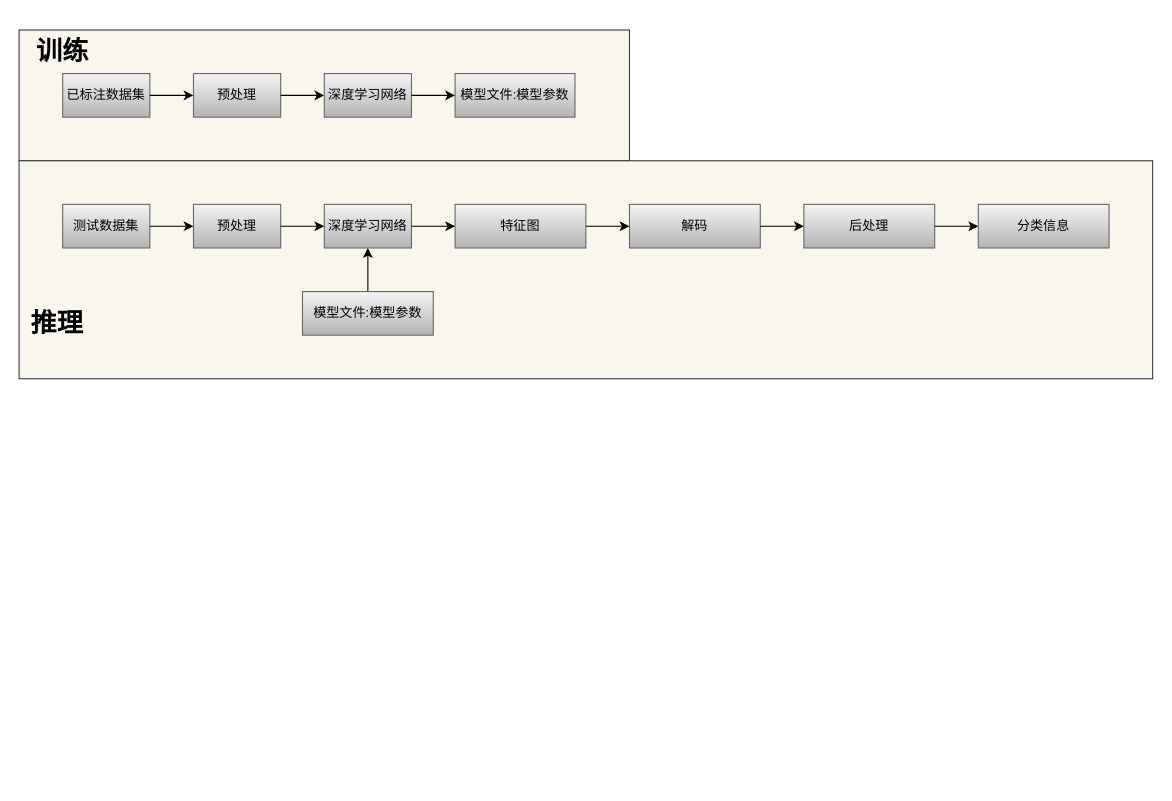
Before: lidar分类.drawio in bugquella/diagrams, a draw.io diagram. Source tidied: cells renumbered, new cells numbered last; positions are measured from the earlier drawing's top-left corner, leaving out a move shared by most shapes. Both pictures are drawn from the tidied source at 109%, with x=0, y=0 at pixel (19, 29).
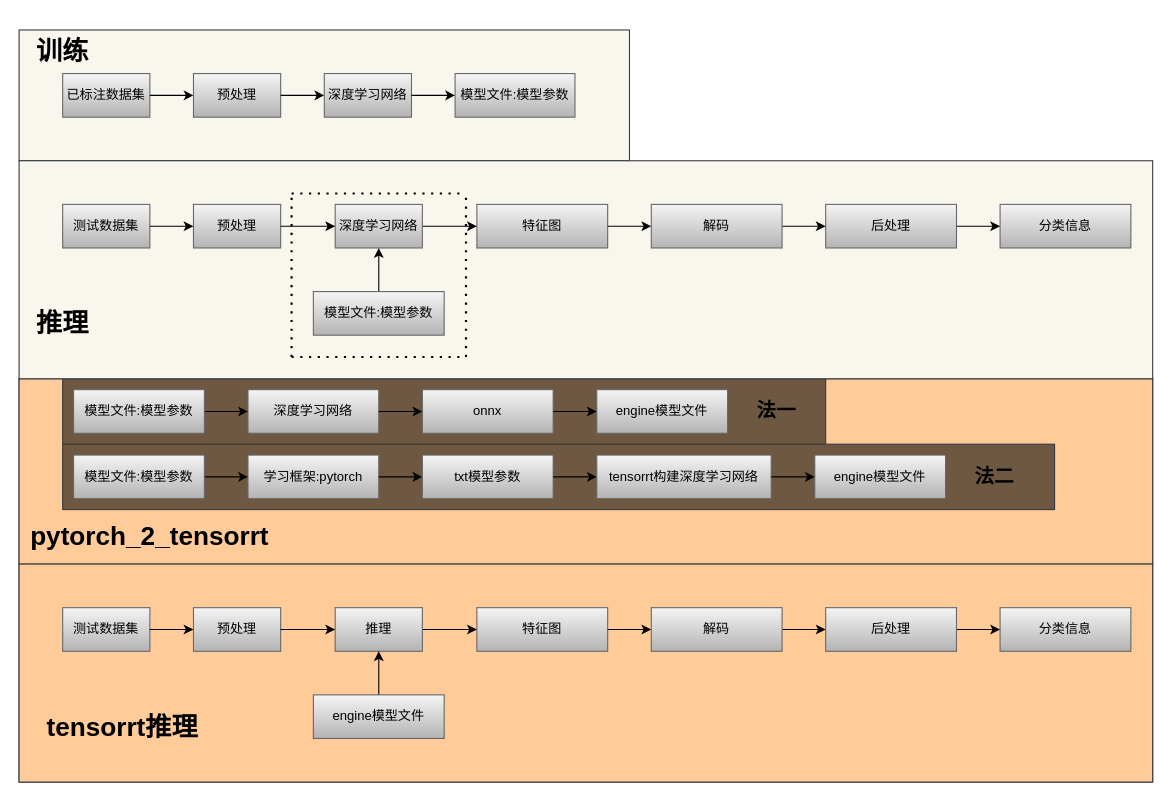
The same diagram, later.

Unchanged cells that the change refers to:
```xml
<mxCell id="12" style="group;" parent="1" vertex="1">
  <mxGeometry y="120" width="1040" height="200" as="geometry" />
</mxCell>
<mxCell id="14" style="group;" parent="12" vertex="1">
  <mxGeometry x="40" y="40" width="960" height="120" as="geometry" />
</mxCell>
<mxCell id="16" value="预处理" style="rounded=0;whiteSpace=wrap;html=1;gradientColor=#b3b3b3;fillColor=#f5f5f5;strokeColor=#666666;" parent="14" vertex="1">
  <mxGeometry x="120" width="80" height="40" as="geometry" />
</mxCell>
```

Diff of the diagram source:
```diff
@@
+    <mxCell id="31" style="group;fillColor=#ffcc99;strokeColor=#36393d;" parent="1" vertex="1">
+      <mxGeometry y="320" width="1040" height="370" as="geometry" />
+    </mxCell>
+    <mxCell id="32" style="group;" parent="31" vertex="1">
+      <mxGeometry width="1040" height="370" as="geometry" />
+    </mxCell>
+    <mxCell id="33" style="rounded=0;whiteSpace=wrap;html=1;fillColor=#ffcc99;strokeColor=#36393d;" parent="32" vertex="1">
+      <mxGeometry width="1040" height="170" as="geometry" />
+    </mxCell>
+    <mxCell id="34" value="&lt;h1&gt;pytorch_2_tensorrt&lt;/h1&gt;" style="text;html=1;strokeColor=none;fillColor=none;align=center;verticalAlign=middle;whiteSpace=wrap;rounded=0;" parent="32" vertex="1">
+      <mxGeometry x="10" y="130" width="220" height="30" as="geometry" />
+    </mxCell>
+    <mxCell id="35" style="group;" parent="32" vertex="1">
+      <mxGeometry y="170" width="1040" height="200" as="geometry" />
+    </mxCell>
+    <mxCell id="36" style="rounded=0;whiteSpace=wrap;html=1;fillColor=#ffcc99;strokeColor=#36393d;" parent="35" vertex="1">
+      <mxGeometry width="1040" height="200" as="geometry" />
+    </mxCell>
+    <mxCell id="37" style="group;" parent="35" vertex="1">
+      <mxGeometry x="40" y="40" width="960" height="120" as="geometry" />
+    </mxCell>
+    <mxCell id="38" value="测试数据集" style="rounded=0;whiteSpace=wrap;html=1;gradientColor=#b3b3b3;fillColor=#f5f5f5;strokeColor=#666666;" parent="37" vertex="1">
+      <mxGeometry width="80" height="40" as="geometry" />
+    </mxCell>
+    <mxCell id="39" value="预处理" style="rounded=0;whiteSpace=wrap;html=1;gradientColor=#b3b3b3;fillColor=#f5f5f5;strokeColor=#666666;" parent="37" vertex="1">
+      <mxGeometry x="120" width="80" height="40" as="geometry" />
+    </mxCell>
+    <mxCell id="40" style="edgeStyle=orthogonalEdgeStyle;rounded=0;jettySize=auto;html=1;" parent="37" edge="1" source="38" target="39">
+      <mxGeometry relative="1" as="geometry" />
+    </mxCell>
+    <mxCell id="41" value="&lt;h1&gt;tensorrt推理&lt;/h1&gt;" style="text;html=1;strokeColor=none;fillColor=none;align=center;verticalAlign=middle;whiteSpace=wrap;rounded=0;" parent="35" vertex="1">
+      <mxGeometry x="20" y="130" width="150" height="40" as="geometry" />
+    </mxCell>
+    <mxCell id="42" value="特征图" style="rounded=0;whiteSpace=wrap;html=1;gradientColor=#b3b3b3;fillColor=#f5f5f5;strokeColor=#666666;" parent="35" vertex="1">
+      <mxGeometry x="420" y="40" width="120" height="40" as="geometry" />
+    </mxCell>
+    <mxCell id="43" style="edgeStyle=orthogonalEdgeStyle;rounded=0;jettySize=auto;html=1;" parent="35" edge="1" source="45" target="42">
+      <mxGeometry as="geometry" />
+    </mxCell>
+    <mxCell id="44" style="edgeStyle=orthogonalEdgeStyle;rounded=0;jettySize=auto;html=1;" parent="35" edge="1" source="42" target="53">
+      <mxGeometry as="geometry" />
+    </mxCell>
+    <mxCell id="45" value="推理" style="rounded=0;whiteSpace=wrap;html=1;gradientColor=#b3b3b3;fillColor=#f5f5f5;strokeColor=#666666;" parent="35" vertex="1">
+      <mxGeometry x="290" y="40" width="80" height="40" as="geometry" />
+    </mxCell>
+    <mxCell id="46" style="edgeStyle=orthogonalEdgeStyle;rounded=0;jettySize=auto;html=1;" parent="35" edge="1" source="39" target="45">
+      <mxGeometry as="geometry" />
+    </mxCell>
+    <mxCell id="47" style="edgeStyle=orthogonalEdgeStyle;rounded=0;jettySize=auto;html=1;" parent="35" edge="1" source="48" target="45">
+      <mxGeometry as="geometry" />
+    </mxCell>
+    <mxCell id="48" value="engine模型文件" style="rounded=0;whiteSpace=wrap;html=1;gradientColor=#b3b3b3;fillColor=#f5f5f5;strokeColor=#666666;" parent="35" vertex="1">
+      <mxGeometry x="270" y="120" width="120" height="40" as="geometry" />
+    </mxCell>
+    <mxCell id="49" value="分类信息" style="rounded=0;whiteSpace=wrap;html=1;gradientColor=#b3b3b3;fillColor=#f5f5f5;strokeColor=#666666;" parent="35" vertex="1">
+      <mxGeometry x="900" y="40" width="120" height="40" as="geometry" />
+    </mxCell>
+    <mxCell id="50" style="edgeStyle=orthogonalEdgeStyle;rounded=0;jettySize=auto;html=1;" parent="35" edge="1" source="51" target="49">
+      <mxGeometry as="geometry" />
+    </mxCell>
+    <mxCell id="51" value="后处理" style="rounded=0;whiteSpace=wrap;html=1;gradientColor=#b3b3b3;fillColor=#f5f5f5;strokeColor=#666666;" parent="35" vertex="1">
+      <mxGeometry x="740" y="40" width="120" height="40" as="geometry" />
+    </mxCell>
+    <mxCell id="52" style="edgeStyle=orthogonalEdgeStyle;rounded=0;jettySize=auto;html=1;" parent="35" edge="1" source="53" target="51">
+      <mxGeometry as="geometry" />
+    </mxCell>
+    <mxCell id="53" value="解码" style="rounded=0;whiteSpace=wrap;html=1;gradientColor=#b3b3b3;fillColor=#f5f5f5;strokeColor=#666666;" parent="35" vertex="1">
+      <mxGeometry x="580" y="40" width="120" height="40" as="geometry" />
+    </mxCell>
+    <mxCell id="54" style="group;" parent="31" vertex="1">
+      <mxGeometry x="40" width="910" height="120" as="geometry" />
+    </mxCell>
+    <mxCell id="55" style="group;" parent="54" vertex="1">
+      <mxGeometry y="60" width="910" height="60" as="geometry" />
+    </mxCell>
+    <mxCell id="56" style="rounded=0;whiteSpace=wrap;html=1;strokeColor=#36393d;fillColor=#6E5842;" parent="55" vertex="1">
+      <mxGeometry width="910" height="60" as="geometry" />
+    </mxCell>
+    <mxCell id="57" value="学习框架:pytorch" style="rounded=0;whiteSpace=wrap;html=1;gradientColor=#b3b3b3;fillColor=#f5f5f5;strokeColor=#666666;" parent="55" vertex="1">
+      <mxGeometry x="170" y="10" width="120" height="40" as="geometry" />
+    </mxCell>
+    <mxCell id="58" style="edgeStyle=orthogonalEdgeStyle;rounded=0;jettySize=auto;html=1;" parent="55" edge="1" source="59" target="57">
+      <mxGeometry relative="1" as="geometry" />
+    </mxCell>
+    <mxCell id="59" value="模型文件:模型参数" style="rounded=0;whiteSpace=wrap;html=1;gradientColor=#b3b3b3;fillColor=#f5f5f5;strokeColor=#666666;" parent="55" vertex="1">
+      <mxGeometry x="10" y="10" width="120" height="40" as="geometry" />
+    </mxCell>
+    <mxCell id="60" value="txt模型参数" style="rounded=0;whiteSpace=wrap;html=1;gradientColor=#b3b3b3;fillColor=#f5f5f5;strokeColor=#666666;" parent="55" vertex="1">
+      <mxGeometry x="330" y="10" width="120" height="40" as="geometry" />
+    </mxCell>
+    <mxCell id="61" style="edgeStyle=orthogonalEdgeStyle;rounded=0;jettySize=auto;html=1;" parent="55" edge="1" source="57" target="60">
+      <mxGeometry relative="1" as="geometry" />
+    </mxCell>
+    <mxCell id="62" value="tensorrt构建深度学习网络" style="rounded=0;whiteSpace=wrap;html=1;gradientColor=#b3b3b3;fillColor=#f5f5f5;strokeColor=#666666;" parent="55" vertex="1">
+      <mxGeometry x="490" y="10" width="160" height="40" as="geometry" />
+    </mxCell>
+    <mxCell id="63" style="edgeStyle=orthogonalEdgeStyle;rounded=0;jettySize=auto;html=1;" parent="55" edge="1" source="60" target="62">
+      <mxGeometry relative="1" as="geometry" />
+    </mxCell>
+    <mxCell id="64" value="engine模型文件" style="rounded=0;whiteSpace=wrap;html=1;gradientColor=#b3b3b3;fillColor=#f5f5f5;strokeColor=#666666;" parent="55" vertex="1">
+      <mxGeometry x="690" y="10" width="120" height="40" as="geometry" />
+    </mxCell>
+    <mxCell id="65" style="edgeStyle=orthogonalEdgeStyle;rounded=0;jettySize=auto;html=1;" parent="55" edge="1" source="62" target="64">
+      <mxGeometry relative="1" as="geometry" />
+    </mxCell>
+    <mxCell id="66" value="&lt;h2&gt;法二&lt;/h2&gt;" style="text;html=1;strokeColor=none;fillColor=none;align=center;verticalAlign=middle;whiteSpace=wrap;rounded=0;" parent="55" vertex="1">
+      <mxGeometry x="830" y="10" width="50" height="40" as="geometry" />
+    </mxCell>
+    <mxCell id="67" style="group;" parent="54" vertex="1">
+      <mxGeometry width="700" height="60" as="geometry" />
+    </mxCell>
+    <mxCell id="68" style="rounded=0;whiteSpace=wrap;html=1;strokeColor=#36393d;fillColor=#6E5842;" parent="67" vertex="1">
+      <mxGeometry width="700" height="60" as="geometry" />
+    </mxCell>
+    <mxCell id="69" value="深度学习网络" style="rounded=0;whiteSpace=wrap;html=1;gradientColor=#b3b3b3;fillColor=#f5f5f5;strokeColor=#666666;" parent="67" vertex="1">
+      <mxGeometry x="170" y="10" width="120" height="40" as="geometry" />
+    </mxCell>
+    <mxCell id="70" style="edgeStyle=orthogonalEdgeStyle;rounded=0;jettySize=auto;html=1;" parent="67" edge="1" source="71" target="69">
+      <mxGeometry y="-70" as="geometry" />
+    </mxCell>
+    <mxCell id="71" value="模型文件:模型参数" style="rounded=0;whiteSpace=wrap;html=1;gradientColor=#b3b3b3;fillColor=#f5f5f5;strokeColor=#666666;" parent="67" vertex="1">
+      <mxGeometry x="10" y="10" width="120" height="40" as="geometry" />
+    </mxCell>
+    <mxCell id="72" value="onnx" style="rounded=0;whiteSpace=wrap;html=1;gradientColor=#b3b3b3;fillColor=#f5f5f5;strokeColor=#666666;" parent="67" vertex="1">
+      <mxGeometry x="330" y="10" width="120" height="40" as="geometry" />
+    </mxCell>
+    <mxCell id="73" style="edgeStyle=orthogonalEdgeStyle;rounded=0;jettySize=auto;html=1;" parent="67" edge="1" source="69" target="72">
+      <mxGeometry y="-70" as="geometry" />
+    </mxCell>
+    <mxCell id="74" value="engine模型文件" style="rounded=0;whiteSpace=wrap;html=1;gradientColor=#b3b3b3;fillColor=#f5f5f5;strokeColor=#666666;" parent="67" vertex="1">
+      <mxGeometry x="490" y="10" width="120" height="40" as="geometry" />
+    </mxCell>
+    <mxCell id="75" style="edgeStyle=orthogonalEdgeStyle;rounded=0;jettySize=auto;html=1;" parent="67" edge="1" source="72" target="74">
+      <mxGeometry y="-70" as="geometry" />
+    </mxCell>
+    <mxCell id="76" value="&lt;h2&gt;法一&lt;/h2&gt;" style="text;html=1;strokeColor=none;fillColor=none;align=center;verticalAlign=middle;whiteSpace=wrap;rounded=0;" parent="67" vertex="1">
+      <mxGeometry x="630" y="10" width="50" height="40" as="geometry" />
+    </mxCell>
@@
+    <mxCell id="30" value="&lt;h1&gt;推理&lt;/h1&gt;" style="text;html=1;strokeColor=none;fillColor=none;align=center;verticalAlign=middle;whiteSpace=wrap;rounded=0;" parent="12" vertex="1">
+      <mxGeometry y="130" width="80" height="40" as="geometry" />
+    </mxCell>
+    <mxCell id="22" value="特征图" style="rounded=0;whiteSpace=wrap;html=1;gradientColor=#b3b3b3;fillColor=#f5f5f5;strokeColor=#666666;" parent="12" vertex="1">
+      <mxGeometry x="420" y="40" width="120" height="40" as="geometry" />
+    </mxCell>
+    <mxCell id="23" style="edgeStyle=orthogonalEdgeStyle;rounded=0;jettySize=auto;html=1;" parent="12" edge="1" source="18" target="22">
+      <mxGeometry as="geometry" />
+    </mxCell>
+    <mxCell id="25" style="edgeStyle=orthogonalEdgeStyle;rounded=0;jettySize=auto;html=1;" parent="12" edge="1" source="22" target="24">
+      <mxGeometry as="geometry" />
+    </mxCell>
-    <mxCell id="18" value="深度学习网络" style="rounded=0;whiteSpace=wrap;html=1;gradientColor=#b3b3b3;fillColor=#f5f5f5;strokeColor=#666666;" parent="14" vertex="1">
-      <mxGeometry x="240" width="80" height="40" as="geometry" />
+    <mxCell id="18" value="深度学习网络" style="rounded=0;whiteSpace=wrap;html=1;gradientColor=#b3b3b3;fillColor=#f5f5f5;strokeColor=#666666;" parent="12" vertex="1">
+      <mxGeometry x="290" y="40" width="80" height="40" as="geometry" />
     </mxCell>
-    <mxCell id="19" style="edgeStyle=orthogonalEdgeStyle;rounded=0;jettySize=auto;html=1;" parent="14" edge="1" source="16" target="18">
-      <mxGeometry relative="1" as="geometry" />
+    <mxCell id="19" style="edgeStyle=orthogonalEdgeStyle;rounded=0;jettySize=auto;html=1;" parent="12" edge="1" source="16" target="18">
+      <mxGeometry as="geometry" />
     </mxCell>
-    <mxCell id="20" style="edgeStyle=orthogonalEdgeStyle;rounded=0;jettySize=auto;html=1;" parent="14" edge="1" source="21" target="18">
-      <mxGeometry relative="1" as="geometry" />
+    <mxCell id="20" style="edgeStyle=orthogonalEdgeStyle;rounded=0;jettySize=auto;html=1;" parent="12" edge="1" source="21" target="18">
+      <mxGeometry as="geometry" />
     </mxCell>
-    <mxCell id="21" value="模型文件:模型参数" style="rounded=0;whiteSpace=wrap;html=1;gradientColor=#b3b3b3;fillColor=#f5f5f5;strokeColor=#666666;" parent="14" vertex="1">
-      <mxGeometry x="220" y="80" width="120" height="40" as="geometry" />
+    <mxCell id="21" value="模型文件:模型参数" style="rounded=0;whiteSpace=wrap;html=1;gradientColor=#b3b3b3;fillColor=#f5f5f5;strokeColor=#666666;" parent="12" vertex="1">
+      <mxGeometry x="270" y="120" width="120" height="40" as="geometry" />
     </mxCell>
-    <mxCell id="22" value="特征图" style="rounded=0;whiteSpace=wrap;html=1;gradientColor=#b3b3b3;fillColor=#f5f5f5;strokeColor=#666666;" parent="14" vertex="1">
-      <mxGeometry x="360" width="120" height="40" as="geometry" />
-    </mxCell>
-    <mxCell id="23" style="edgeStyle=orthogonalEdgeStyle;rounded=0;jettySize=auto;html=1;" parent="14" edge="1" source="18" target="22">
-      <mxGeometry relative="1" as="geometry" />
-    </mxCell>
-    <mxCell id="24" value="解码" style="rounded=0;whiteSpace=wrap;html=1;gradientColor=#b3b3b3;fillColor=#f5f5f5;strokeColor=#666666;" parent="14" vertex="1">
-      <mxGeometry x="520" width="120" height="40" as="geometry" />
-    </mxCell>
-    <mxCell id="25" style="edgeStyle=orthogonalEdgeStyle;rounded=0;jettySize=auto;html=1;" parent="14" edge="1" source="22" target="24">
-      <mxGeometry relative="1" as="geometry" />
-    </mxCell>
+    <mxCell id="28" value="分类信息" style="rounded=0;whiteSpace=wrap;html=1;gradientColor=#b3b3b3;fillColor=#f5f5f5;strokeColor=#666666;" parent="12" vertex="1">
+      <mxGeometry x="900" y="40" width="120" height="40" as="geometry" />
+    </mxCell>
+    <mxCell id="29" style="edgeStyle=orthogonalEdgeStyle;rounded=0;jettySize=auto;html=1;" parent="12" edge="1" source="26" target="28">
+      <mxGeometry as="geometry" />
+    </mxCell>
-    <mxCell id="26" value="后处理" style="rounded=0;whiteSpace=wrap;html=1;gradientColor=#b3b3b3;fillColor=#f5f5f5;strokeColor=#666666;" parent="14" vertex="1">
-      <mxGeometry x="680" width="120" height="40" as="geometry" />
+    <mxCell id="26" value="后处理" style="rounded=0;whiteSpace=wrap;html=1;gradientColor=#b3b3b3;fillColor=#f5f5f5;strokeColor=#666666;" parent="12" vertex="1">
+      <mxGeometry x="740" y="40" width="120" height="40" as="geometry" />
     </mxCell>
-    <mxCell id="27" style="edgeStyle=orthogonalEdgeStyle;rounded=0;jettySize=auto;html=1;" parent="14" edge="1" source="24" target="26">
-      <mxGeometry relative="1" as="geometry" />
+    <mxCell id="27" style="edgeStyle=orthogonalEdgeStyle;rounded=0;jettySize=auto;html=1;" parent="12" edge="1" source="24" target="26">
+      <mxGeometry as="geometry" />
     </mxCell>
-    <mxCell id="28" value="分类信息" style="rounded=0;whiteSpace=wrap;html=1;gradientColor=#b3b3b3;fillColor=#f5f5f5;strokeColor=#666666;" parent="14" vertex="1">
-      <mxGeometry x="840" width="120" height="40" as="geometry" />
-    </mxCell>
-    <mxCell id="29" style="edgeStyle=orthogonalEdgeStyle;rounded=0;jettySize=auto;html=1;" parent="14" edge="1" source="26" target="28">
-      <mxGeometry relative="1" as="geometry" />
-    </mxCell>
-    <mxCell id="30" value="&lt;h1&gt;推理&lt;/h1&gt;" style="text;html=1;strokeColor=none;fillColor=none;align=center;verticalAlign=middle;whiteSpace=wrap;rounded=0;" parent="12" vertex="1">
-      <mxGeometry y="140" width="70" height="20" as="geometry" />
-    </mxCell>
+    <mxCell id="24" value="解码" style="rounded=0;whiteSpace=wrap;html=1;gradientColor=#b3b3b3;fillColor=#f5f5f5;strokeColor=#666666;" parent="12" vertex="1">
+      <mxGeometry x="580" y="40" width="120" height="40" as="geometry" />
+    </mxCell>
+    <mxCell id="77" style="group;" parent="12" vertex="1">
+      <mxGeometry x="250" y="30" width="160" height="150" as="geometry" />
+    </mxCell>
+    <mxCell id="78" style="endArrow=none;dashed=1;html=1;dashPattern=1 3;strokeWidth=2;" parent="77" edge="1">
+      <mxGeometry x="180.5" y="180" as="geometry">
+        <mxPoint x="160" y="150" as="sourcePoint" />
+        <mxPoint x="160" as="targetPoint" />
+      </mxGeometry>
+    </mxCell>
+    <mxCell id="79" style="endArrow=none;dashed=1;html=1;dashPattern=1 3;strokeWidth=2;" parent="77" edge="1">
+      <mxGeometry x="200" y="180" as="geometry">
+        <mxPoint y="150" as="sourcePoint" />
+        <mxPoint as="targetPoint" />
+      </mxGeometry>
+    </mxCell>
+    <mxCell id="80" style="endArrow=none;dashed=1;html=1;dashPattern=1 3;strokeWidth=2;" parent="77" edge="1">
+      <mxGeometry x="200" y="160" as="geometry">
+        <mxPoint as="sourcePoint" />
+        <mxPoint x="160" as="targetPoint" />
+      </mxGeometry>
+    </mxCell>
+    <mxCell id="81" style="endArrow=none;dashed=1;html=1;dashPattern=1 3;strokeWidth=2;" parent="77" edge="1">
+      <mxGeometry x="200" y="180" as="geometry">
+        <mxPoint y="150" as="sourcePoint" />
+        <mxPoint x="160" y="150" as="targetPoint" />
+      </mxGeometry>
+    </mxCell>
```
